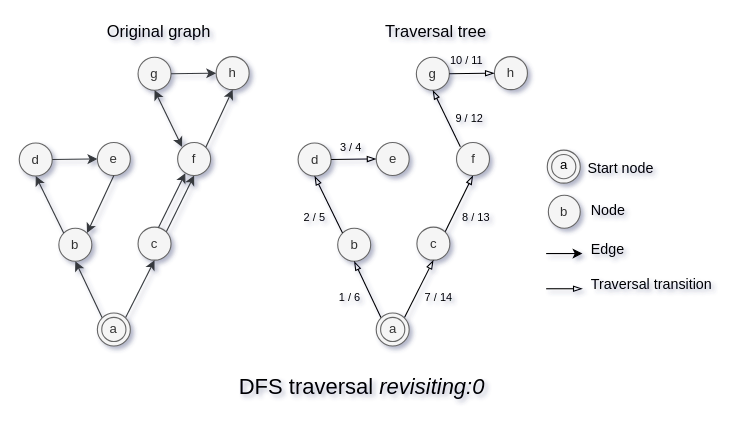
Earlier version of the draw.io diagram page "Revisiting : 0" (1 of 10) of doc/images/searchOptions/SearchOptions.drawio (Wandalen/wGraphBasic). Source tidied: cells renumbered, new cells numbered last; positions are measured from the earlier drawing's top-left corner, leaving out a move shared by most shapes. Both pictures are drawn from the tidied source at 110%, with x=0, y=0 at pixel (19, 19).
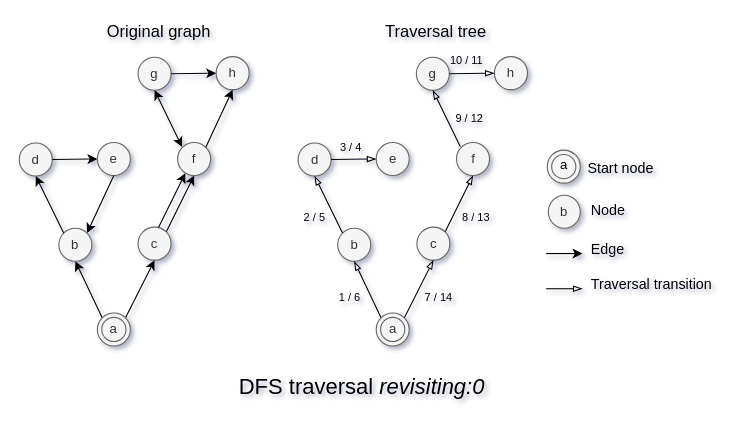
After the change.

Unchanged cells that the change refers to:
```xml
<mxCell id="19" value="e" style="ellipse;whiteSpace=wrap;html=1;fillColor=#f5f5f5;strokeColor=#666666;fontColor=#333333;" parent="1" vertex="1">
  <mxGeometry x="71" y="112" width="30" height="30" as="geometry" />
</mxCell>
<mxCell id="20" value="d" style="ellipse;whiteSpace=wrap;html=1;fillColor=#f5f5f5;strokeColor=#666666;fontColor=#333333;" parent="1" vertex="1">
  <mxGeometry y="112.5" width="30" height="30" as="geometry" />
</mxCell>
<mxCell id="23" value="b" style="ellipse;whiteSpace=wrap;html=1;fillColor=#f5f5f5;strokeColor=#666666;fontColor=#333333;" parent="1" vertex="1">
  <mxGeometry x="36" y="190" width="30" height="30" as="geometry" />
</mxCell>
<mxCell id="24" value="c" style="ellipse;whiteSpace=wrap;html=1;fillColor=#f5f5f5;strokeColor=#666666;fontColor=#333333;" parent="1" vertex="1">
  <mxGeometry x="108" y="189" width="30" height="30" as="geometry" />
</mxCell>
<mxCell id="28" value="a" style="ellipse;shape=doubleEllipse;whiteSpace=wrap;html=1;fillColor=#f5f5f5;strokeColor=#666666;fontColor=#333333;" parent="1" vertex="1">
  <mxGeometry x="71" y="267" width="30" height="30" as="geometry" />
</mxCell>
<mxCell id="29" value="f" style="ellipse;whiteSpace=wrap;html=1;fillColor=#f5f5f5;strokeColor=#666666;fontColor=#333333;" parent="1" vertex="1">
  <mxGeometry x="144" y="112" width="30" height="30" as="geometry" />
</mxCell>
<mxCell id="33" value="h" style="ellipse;whiteSpace=wrap;html=1;fillColor=#f5f5f5;strokeColor=#666666;fontColor=#333333;" parent="1" vertex="1">
  <mxGeometry x="179" y="34" width="30" height="30" as="geometry" />
</mxCell>
<mxCell id="34" value="g" style="ellipse;whiteSpace=wrap;html=1;fillColor=#f5f5f5;strokeColor=#666666;fontColor=#333333;" parent="1" vertex="1">
  <mxGeometry x="108" y="34.5" width="30" height="30" as="geometry" />
</mxCell>
```

Change to the diagram source:
```diff
@@
-    <mxCell id="21" style="endArrow=classic;html=1;entryX=0;entryY=0.5;entryDx=0;entryDy=0;exitX=1;exitY=0.5;exitDx=0;exitDy=0;startArrow=none;startFill=0;strokeWidth=1;endSize=6;startSize=6;fillColor=#cce5ff;strokeColor=#36393d;" parent="1" edge="1" source="20" target="19">
+    <mxCell id="21" style="endArrow=classic;html=1;entryX=0;entryY=0.5;entryDx=0;entryDy=0;exitX=1;exitY=0.5;exitDx=0;exitDy=0;startArrow=none;startFill=0;strokeWidth=1;endSize=6;startSize=6;fillColor=#cce5ff;strokeColor=#000000;" parent="1" edge="1" source="20" target="19">
       <mxGeometry relative="1" as="geometry" />
     </mxCell>
-    <mxCell id="22" style="endArrow=classic;html=1;exitX=1;exitY=0;exitDx=0;exitDy=0;entryX=0.5;entryY=1;entryDx=0;entryDy=0;strokeWidth=1;endSize=6;startSize=6;fillColor=#cce5ff;strokeColor=#36393d;" parent="1" edge="1" source="24" target="29">
+    <mxCell id="22" style="endArrow=classic;html=1;exitX=1;exitY=0;exitDx=0;exitDy=0;entryX=0.5;entryY=1;entryDx=0;entryDy=0;strokeWidth=1;endSize=6;startSize=6;fillColor=#cce5ff;strokeColor=#000000;" parent="1" edge="1" source="24" target="29">
       <mxGeometry relative="1" as="geometry" />
     </mxCell>
@@
-    <mxCell id="25" style="endArrow=classic;html=1;exitX=0;exitY=0;exitDx=0;exitDy=0;strokeWidth=1;endSize=6;startSize=6;fillColor=#cce5ff;strokeColor=#36393d;" parent="1" edge="1" source="28">
+    <mxCell id="25" style="endArrow=classic;html=1;exitX=0;exitY=0;exitDx=0;exitDy=0;strokeWidth=1;endSize=6;startSize=6;fillColor=#cce5ff;strokeColor=#000000;" parent="1" edge="1" source="28">
       <mxGeometry relative="1" as="geometry">
         <mxPoint x="51" y="220" as="targetPoint" />
       </mxGeometry>
     </mxCell>
-    <mxCell id="26" style="endArrow=classic;html=1;exitX=1;exitY=0;exitDx=0;exitDy=0;entryX=0.5;entryY=1;entryDx=0;entryDy=0;strokeWidth=1;endSize=6;startSize=6;fillColor=#cce5ff;strokeColor=#36393d;" parent="1" edge="1" source="28" target="24">
+    <mxCell id="26" style="endArrow=classic;html=1;exitX=1;exitY=0;exitDx=0;exitDy=0;entryX=0.5;entryY=1;entryDx=0;entryDy=0;strokeWidth=1;endSize=6;startSize=6;fillColor=#cce5ff;strokeColor=#000000;" parent="1" edge="1" source="28" target="24">
       <mxGeometry relative="1" as="geometry" />
     </mxCell>
-    <mxCell id="27" style="endArrow=classic;html=1;exitX=0;exitY=0;exitDx=0;exitDy=0;entryX=0.5;entryY=1;entryDx=0;entryDy=0;strokeWidth=1;endSize=6;startSize=6;fillColor=#cce5ff;strokeColor=#36393d;" parent="1" edge="1" source="23" target="20">
+    <mxCell id="27" style="endArrow=classic;html=1;exitX=0;exitY=0;exitDx=0;exitDy=0;entryX=0.5;entryY=1;entryDx=0;entryDy=0;strokeWidth=1;endSize=6;startSize=6;fillColor=#cce5ff;strokeColor=#000000;" parent="1" edge="1" source="23" target="20">
       <mxGeometry relative="1" as="geometry" />
     </mxCell>
@@
-    <mxCell id="30" style="endArrow=classic;html=1;exitX=0.5;exitY=1;exitDx=0;exitDy=0;entryX=1;entryY=0;entryDx=0;entryDy=0;strokeWidth=1;endSize=6;startSize=6;fillColor=#cce5ff;strokeColor=#36393d;" parent="1" edge="1" source="19" target="23">
+    <mxCell id="30" style="endArrow=classic;html=1;exitX=0.5;exitY=1;exitDx=0;exitDy=0;entryX=1;entryY=0;entryDx=0;entryDy=0;strokeWidth=1;endSize=6;startSize=6;fillColor=#cce5ff;strokeColor=#000000;" parent="1" edge="1" source="19" target="23">
       <mxGeometry relative="1" as="geometry" />
     </mxCell>
-    <mxCell id="31" style="endArrow=classic;html=1;exitX=1;exitY=0;exitDx=0;exitDy=0;strokeWidth=1;endSize=6;startSize=6;fillColor=#cce5ff;strokeColor=#36393d;" parent="1" edge="1">
+    <mxCell id="31" style="endArrow=classic;html=1;exitX=1;exitY=0;exitDx=0;exitDy=0;strokeWidth=1;endSize=6;startSize=6;fillColor=#cce5ff;strokeColor=#000000;" parent="1" edge="1">
       <mxGeometry relative="1" as="geometry">
         <mxPoint x="126.6" y="189.4" as="sourcePoint" />
         <mxPoint x="151" y="140" as="targetPoint" />
       </mxGeometry>
     </mxCell>
@@
-    <mxCell id="35" style="endArrow=classic;html=1;entryX=0.5;entryY=1;entryDx=0;entryDy=0;startArrow=classic;startFill=1;strokeWidth=1;endSize=6;startSize=6;fillColor=#cce5ff;strokeColor=#36393d;" parent="1" edge="1" target="34">
+    <mxCell id="35" style="endArrow=classic;html=1;entryX=0.5;entryY=1;entryDx=0;entryDy=0;startArrow=classic;startFill=1;strokeWidth=1;endSize=6;startSize=6;fillColor=#cce5ff;strokeColor=#000000;" parent="1" edge="1" target="34">
       <mxGeometry relative="1" as="geometry">
         <mxPoint x="148" y="116" as="sourcePoint" />
       </mxGeometry>
     </mxCell>
-    <mxCell id="36" style="endArrow=classic;html=1;entryX=0.5;entryY=1;entryDx=0;entryDy=0;exitX=1;exitY=0;exitDx=0;exitDy=0;startArrow=none;startFill=0;strokeWidth=1;endSize=6;startSize=6;fillColor=#cce5ff;strokeColor=#36393d;" parent="1" edge="1" source="29" target="33">
+    <mxCell id="36" style="endArrow=classic;html=1;entryX=0.5;entryY=1;entryDx=0;entryDy=0;exitX=1;exitY=0;exitDx=0;exitDy=0;startArrow=none;startFill=0;strokeWidth=1;endSize=6;startSize=6;fillColor=#cce5ff;strokeColor=#000000;" parent="1" edge="1" source="29" target="33">
       <mxGeometry relative="1" as="geometry" />
     </mxCell>
@@
-    <mxCell id="40" style="endArrow=classic;html=1;entryX=0;entryY=0.5;entryDx=0;entryDy=0;exitX=1;exitY=0.5;exitDx=0;exitDy=0;startArrow=none;startFill=0;strokeWidth=1;endSize=6;startSize=6;fillColor=#cce5ff;strokeColor=#36393d;" parent="1" edge="1" source="34" target="33">
+    <mxCell id="40" style="endArrow=classic;html=1;entryX=0;entryY=0.5;entryDx=0;entryDy=0;exitX=1;exitY=0.5;exitDx=0;exitDy=0;startArrow=none;startFill=0;strokeWidth=1;endSize=6;startSize=6;fillColor=#cce5ff;strokeColor=#000000;" parent="1" edge="1" source="34" target="33">
       <mxGeometry relative="1" as="geometry" />
     </mxCell>
```
